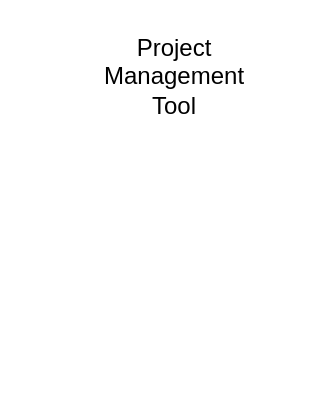
The draw.io diagram Project Management Tool Admin Flow.drawio in alanjuice/PMT-FlowChart, before the edit. Source tidied: cells renumbered, new cells numbered last; positions are measured from the earlier drawing's top-left corner, leaving out a move shared by most shapes. Both pictures are drawn from the tidied source at 200%, with x=0, y=0 at pixel (114, 46).
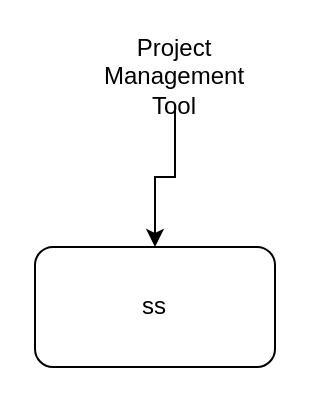
The same page after the edit.

Change to the diagram source:
```diff
@@
 <mxGraphModel>
   <root>
     <mxCell id="0" />
     <mxCell id="1" parent="0" />
+    <mxCell id="3" style="edgeStyle=orthogonalEdgeStyle;rounded=0;jettySize=auto;html=1;" parent="1" edge="1" source="2" target="4">
+      <mxGeometry relative="1" as="geometry" />
+    </mxCell>
     <mxCell id="2" value="Project Management&lt;div&gt;Tool&lt;/div&gt;" style="text;html=1;align=center;verticalAlign=middle;whiteSpace=wrap;rounded=0;" parent="1" vertex="1">
       <mxGeometry width="60" height="30" as="geometry" />
     </mxCell>
+    <mxCell id="4" value="ss" style="rounded=1;whiteSpace=wrap;html=1;" parent="1" vertex="1">
+      <mxGeometry x="-40" y="100" width="120" height="60" as="geometry" />
+    </mxCell>
   </root>
 </mxGraphModel>
```
